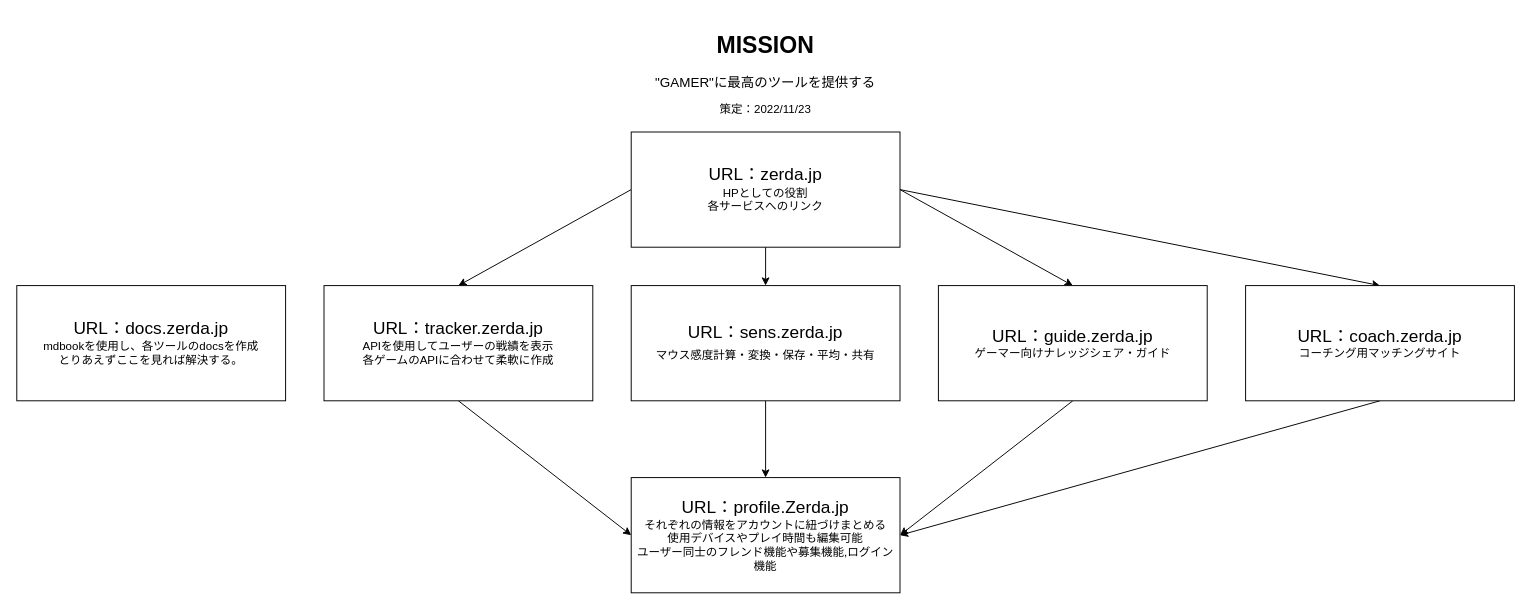
Zerda-jp/Docs keeps this draw.io diagram as serviceOverview.drawio. Above is the earlier version. Source tidied: cells renumbered, new cells numbered last; positions are measured from the earlier drawing's top-left corner, leaving out a move shared by most shapes. Both pictures are drawn from the tidied source at 96%, with x=0, y=0 at pixel (16, 26).
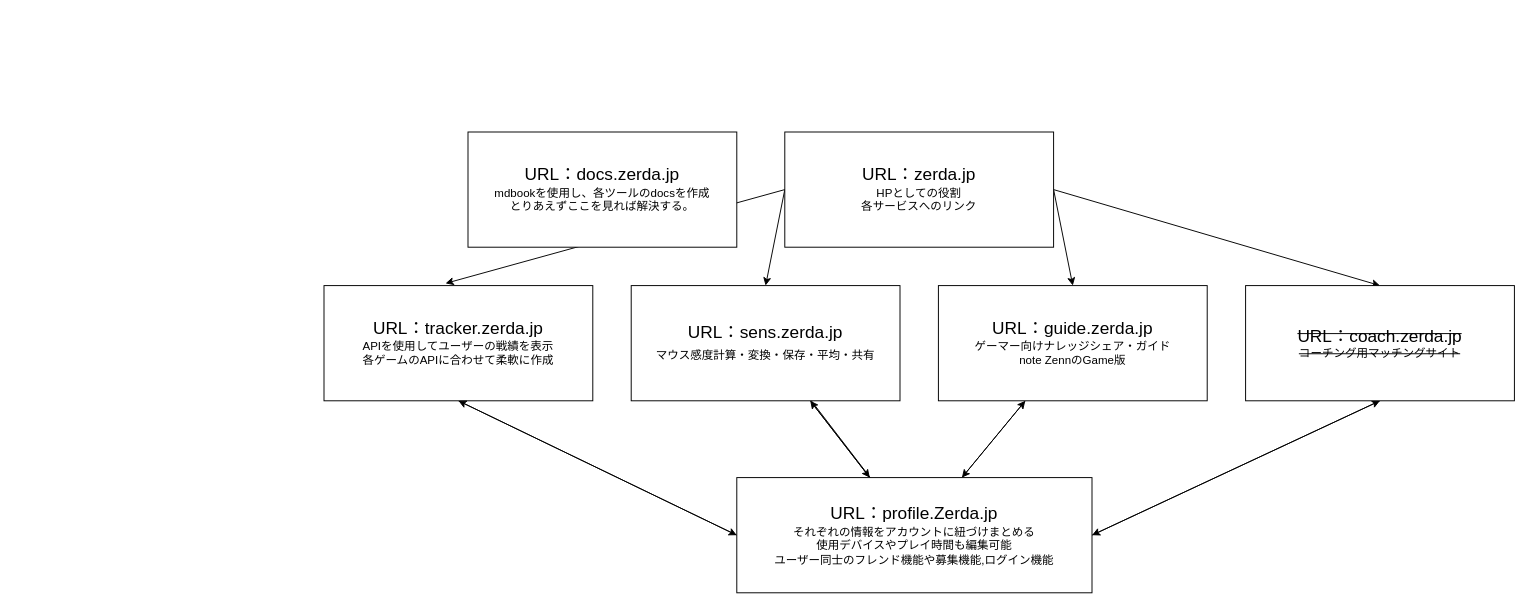
Above is the later version.

Commit message (it also covers changes not shown here):
add service overview

Unchanged cells that the change refers to:
```xml
<mxCell id="8" value="&lt;font style=&quot;font-size: 18px;&quot;&gt;URL：tracker.zerda.jp&lt;br&gt;&lt;/font&gt;APIを使用してユーザーの戦績を表示&lt;br&gt;各ゲームのAPIに合わせて柔軟に作成" style="rounded=0;whiteSpace=wrap;html=1;" parent="1" vertex="1">
  <mxGeometry x="320" y="270" width="280" height="120" as="geometry" />
</mxCell>
<mxCell id="11" value="&lt;font style=&quot;&quot;&gt;URL：sens.zerda.jp&lt;br&gt;&lt;font style=&quot;font-size: 12px;&quot;&gt;マウス感度計算・変換・保存・平均・共有&lt;/font&gt;&lt;br&gt;&lt;/font&gt;" style="rounded=0;whiteSpace=wrap;html=1;fontSize=18;" parent="1" vertex="1">
  <mxGeometry x="640" y="270" width="280" height="120" as="geometry" />
</mxCell>
```

The edit, as a diff of the source:
```diff
@@
-    <mxCell id="2" style="edgeStyle=orthogonalEdgeStyle;rounded=0;jettySize=auto;html=1;fontSize=18;" parent="1" edge="1" source="6" target="11">
-      <mxGeometry relative="1" as="geometry" />
-    </mxCell>
@@
-    <mxCell id="4" style="edgeStyle=none;html=1;entryX=0.5;entryY=0;entryDx=0;entryDy=0;exitX=0;exitY=0.5;exitDx=0;exitDy=0;" parent="1" edge="1" source="6" target="8">
+    <mxCell id="4" style="edgeStyle=none;html=1;entryX=0.5;entryY=0;entryDx=0;entryDy=0;exitX=0;exitY=0.5;exitDx=0;exitDy=0;" parent="1" edge="1" source="6" target="11">
       <mxGeometry relative="1" as="geometry" />
     </mxCell>
@@
+    <mxCell id="18" style="edgeStyle=none;html=1;entryX=0.452;entryY=-0.019;entryDx=0;entryDy=0;entryPerimeter=0;exitX=0;exitY=0.5;exitDx=0;exitDy=0;" parent="1" edge="1" source="6" target="8">
+      <mxGeometry relative="1" as="geometry" />
+    </mxCell>
     <mxCell id="6" value="&lt;font style=&quot;font-size: 18px;&quot;&gt;URL：zerda.jp&lt;br&gt;&lt;/font&gt;HPとしての役割&lt;br&gt;各サービスへのリンク" style="rounded=0;whiteSpace=wrap;html=1;" parent="1" vertex="1">
-      <mxGeometry x="640" y="110" width="280" height="120" as="geometry" />
+      <mxGeometry x="800" y="110" width="280" height="120" as="geometry" />
     </mxCell>
@@
+    <mxCell id="19" style="edgeStyle=none;html=1;entryX=0.5;entryY=1;entryDx=0;entryDy=0;exitX=0;exitY=0.5;exitDx=0;exitDy=0;" parent="1" edge="1" source="9" target="8">
+      <mxGeometry relative="1" as="geometry" />
+    </mxCell>
+    <mxCell id="20" style="edgeStyle=none;html=1;entryX=0.5;entryY=1;entryDx=0;entryDy=0;exitX=1;exitY=0.5;exitDx=0;exitDy=0;" parent="1" edge="1" source="9" target="13">
+      <mxGeometry relative="1" as="geometry" />
+    </mxCell>
+    <mxCell id="21" style="edgeStyle=none;html=1;" parent="1" edge="1" source="9">
+      <mxGeometry relative="1" as="geometry">
+        <mxPoint x="820" y="380" as="targetPoint" />
+      </mxGeometry>
+    </mxCell>
+    <mxCell id="22" style="edgeStyle=none;html=1;" parent="1" edge="1" source="9" target="16">
+      <mxGeometry relative="1" as="geometry" />
+    </mxCell>
+    <mxCell id="23" style="edgeStyle=none;html=1;" parent="1" edge="1" source="9" target="11">
+      <mxGeometry relative="1" as="geometry" />
+    </mxCell>
     <mxCell id="9" value="&lt;font style=&quot;font-size: 18px;&quot;&gt;URL：profile.Zerda.jp&lt;br&gt;&lt;/font&gt;それぞれの情報をアカウントに紐づけまとめる&lt;br&gt;使用デバイスやプレイ時間も編集可能&lt;br&gt;ユーザー同士のフレンド機能や募集機能,ログイン機能" style="rounded=0;whiteSpace=wrap;html=1;" parent="1" vertex="1">
-      <mxGeometry x="640" y="470" width="280" height="120" as="geometry" />
+      <mxGeometry x="750" y="470" width="370" height="120" as="geometry" />
     </mxCell>
-    <mxCell id="10" style="edgeStyle=orthogonalEdgeStyle;rounded=0;jettySize=auto;html=1;entryX=0.5;entryY=0;entryDx=0;entryDy=0;fontSize=12;" parent="1" edge="1" source="11" target="9">
+    <mxCell id="10" style="edgeStyle=none;html=1;" parent="1" edge="1" source="11" target="9">
       <mxGeometry relative="1" as="geometry" />
     </mxCell>
@@
-    <mxCell id="12" style="edgeStyle=none;html=1;exitX=0.5;exitY=1;exitDx=0;exitDy=0;" parent="1" edge="1" source="13">
-      <mxGeometry relative="1" as="geometry">
-        <mxPoint x="920" y="530" as="targetPoint" />
-      </mxGeometry>
+    <mxCell id="12" style="edgeStyle=none;html=1;exitX=0.5;exitY=1;exitDx=0;exitDy=0;entryX=1;entryY=0.5;entryDx=0;entryDy=0;" parent="1" edge="1" source="13" target="9">
+      <mxGeometry relative="1" as="geometry" />
     </mxCell>
-    <mxCell id="13" value="&lt;font style=&quot;font-size: 18px&quot;&gt;URL：coach.zerda.jp&lt;br&gt;&lt;/font&gt;コーチング用マッチングサイト" style="rounded=0;whiteSpace=wrap;html=1;" parent="1" vertex="1">
+    <mxCell id="13" value="&lt;strike&gt;&lt;font style=&quot;font-size: 18px&quot;&gt;URL：coach.zerda.jp&lt;br&gt;&lt;/font&gt;コーチング用マッチングサイト&lt;/strike&gt;" style="rounded=0;whiteSpace=wrap;html=1;" parent="1" vertex="1">
       <mxGeometry x="1280" y="270" width="280" height="120" as="geometry" />
     </mxCell>
-    <mxCell id="14" value="&lt;h1&gt;MISSION&lt;/h1&gt;&lt;p&gt;&lt;font style=&quot;font-size: 14px;&quot;&gt;&quot;GAMER&quot;に最高のツールを提供する&lt;/font&gt;&lt;/p&gt;&lt;p&gt;&lt;font style=&quot;font-size: 12px;&quot;&gt;策定：2022/11/23&lt;/font&gt;&lt;/p&gt;" style="text;html=1;strokeColor=none;fillColor=none;spacing=5;spacingTop=-20;whiteSpace=wrap;overflow=hidden;rounded=0;fontSize=12;align=center;" parent="1" vertex="1">
-      <mxGeometry x="660" width="240" height="120" as="geometry" />
-    </mxCell>
-    <mxCell id="15" style="edgeStyle=none;html=1;entryX=1;entryY=0.5;entryDx=0;entryDy=0;exitX=0.5;exitY=1;exitDx=0;exitDy=0;" parent="1" edge="1" source="16" target="9">
+    <mxCell id="15" style="edgeStyle=none;html=1;" parent="1" edge="1" source="16" target="9">
       <mxGeometry relative="1" as="geometry" />
     </mxCell>
-    <mxCell id="16" value="&lt;font style=&quot;font-size: 18px&quot;&gt;URL：guide.zerda.jp&lt;br&gt;&lt;/font&gt;ゲーマー向けナレッジシェア・ガイド" style="rounded=0;whiteSpace=wrap;html=1;" parent="1" vertex="1">
+    <mxCell id="16" value="&lt;font style=&quot;font-size: 18px&quot;&gt;URL：guide.zerda.jp&lt;br&gt;&lt;/font&gt;ゲーマー向けナレッジシェア・ガイド&lt;br&gt;note ZennのGame版" style="rounded=0;whiteSpace=wrap;html=1;" parent="1" vertex="1">
       <mxGeometry x="960" y="270" width="280" height="120" as="geometry" />
     </mxCell>
     <mxCell id="17" value="&lt;font style=&quot;font-size: 18px;&quot;&gt;URL：docs.zerda.jp&lt;br&gt;&lt;/font&gt;mdbookを使用し、各ツールのdocsを作成&lt;br&gt;とりあえずここを見れば解決する。" style="rounded=0;whiteSpace=wrap;html=1;" parent="1" vertex="1">
-      <mxGeometry y="270" width="280" height="120" as="geometry" />
+      <mxGeometry x="470" y="110" width="280" height="120" as="geometry" />
     </mxCell>
```
